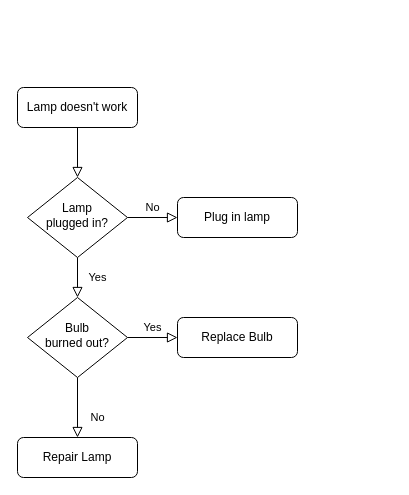
This is pseudo code.drawio from mmdarrah/klassdiagram-Guldkortet, a draw.io file, before an edit. Source tidied: cells renumbered, new cells numbered last; positions are measured from the earlier drawing's top-left corner, leaving out a move shared by most shapes. Both pictures are drawn from the tidied source at 100%, with x=0, y=0 at pixel (17, 87).
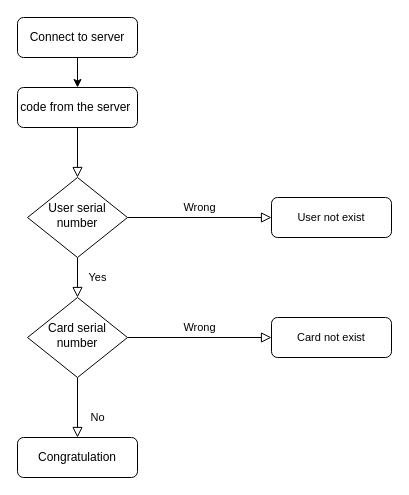
After the change.

The edit, as a diff of the source:
```diff
@@
 <mxGraphModel>
   <root>
     <mxCell id="0" />
     <mxCell id="1" parent="0" />
     <mxCell id="2" style="rounded=0;html=1;jettySize=auto;fontSize=11;endArrow=block;endFill=0;endSize=8;strokeWidth=1;shadow=0;labelBackgroundColor=none;edgeStyle=orthogonalEdgeStyle;" parent="1" edge="1" source="3" target="6">
       <mxGeometry relative="1" as="geometry" />
     </mxCell>
-    <mxCell id="3" value="Lamp doesn't work" style="rounded=1;whiteSpace=wrap;html=1;fontSize=12;glass=0;strokeWidth=1;shadow=0;" parent="1" vertex="1">
+    <mxCell id="3" value="code from the server&amp;nbsp;" style="rounded=1;whiteSpace=wrap;html=1;fontSize=12;glass=0;strokeWidth=1;shadow=0;" parent="1" vertex="1">
       <mxGeometry width="120" height="40" as="geometry" />
     </mxCell>
     <mxCell id="4" value="Yes" style="rounded=0;html=1;jettySize=auto;fontSize=11;endArrow=block;endFill=0;endSize=8;strokeWidth=1;shadow=0;labelBackgroundColor=none;edgeStyle=orthogonalEdgeStyle;" parent="1" edge="1" source="6" target="10">
       <mxGeometry y="20" relative="1" as="geometry" />
     </mxCell>
-    <mxCell id="5" value="No" style="edgeStyle=orthogonalEdgeStyle;rounded=0;html=1;jettySize=auto;fontSize=11;endArrow=block;endFill=0;endSize=8;strokeWidth=1;shadow=0;labelBackgroundColor=none;" parent="1" edge="1" source="6" target="7">
+    <mxCell id="5" value="Wrong" style="edgeStyle=orthogonalEdgeStyle;rounded=0;html=1;jettySize=auto;fontSize=11;endArrow=block;endFill=0;endSize=8;strokeWidth=1;shadow=0;labelBackgroundColor=none;" parent="1" edge="1" source="6" target="7">
       <mxGeometry y="10" relative="1" as="geometry" />
     </mxCell>
-    <mxCell id="6" value="Lamp&lt;br&gt;plugged in?" style="rhombus;whiteSpace=wrap;html=1;shadow=0;fontFamily=Helvetica;fontSize=12;align=center;strokeWidth=1;spacing=6;spacingTop=-4;" parent="1" vertex="1">
+    <mxCell id="6" value="&lt;span style=&quot;text-align: left&quot;&gt;User serial number&lt;/span&gt;" style="rhombus;whiteSpace=wrap;html=1;shadow=0;fontFamily=Helvetica;fontSize=12;align=center;strokeWidth=1;spacing=6;spacingTop=-4;" parent="1" vertex="1">
       <mxGeometry x="10" y="90" width="100" height="80" as="geometry" />
     </mxCell>
-    <mxCell id="7" value="Plug in lamp" style="rounded=1;whiteSpace=wrap;html=1;fontSize=12;glass=0;strokeWidth=1;shadow=0;" parent="1" vertex="1">
-      <mxGeometry x="160" y="110" width="120" height="40" as="geometry" />
+    <mxCell id="7" value="&lt;span style=&quot;font-size: 11px&quot;&gt;User not exist&lt;/span&gt;" style="rounded=1;whiteSpace=wrap;html=1;fontSize=12;glass=0;strokeWidth=1;shadow=0;" parent="1" vertex="1">
+      <mxGeometry x="254" y="110" width="120" height="40" as="geometry" />
     </mxCell>
     <mxCell id="8" value="No" style="rounded=0;html=1;jettySize=auto;fontSize=11;endArrow=block;endFill=0;endSize=8;strokeWidth=1;shadow=0;labelBackgroundColor=none;edgeStyle=orthogonalEdgeStyle;" parent="1" edge="1" source="10" target="11">
       <mxGeometry x="0.33" y="20" relative="1" as="geometry" />
     </mxCell>
-    <mxCell id="9" value="Yes" style="edgeStyle=orthogonalEdgeStyle;rounded=0;html=1;jettySize=auto;fontSize=11;endArrow=block;endFill=0;endSize=8;strokeWidth=1;shadow=0;labelBackgroundColor=none;" parent="1" edge="1" source="10" target="12">
+    <mxCell id="9" value="Wrong" style="edgeStyle=orthogonalEdgeStyle;rounded=0;html=1;jettySize=auto;fontSize=11;endArrow=block;endFill=0;endSize=8;strokeWidth=1;shadow=0;labelBackgroundColor=none;" parent="1" edge="1" source="10" target="12">
       <mxGeometry y="10" relative="1" as="geometry" />
     </mxCell>
-    <mxCell id="10" value="Bulb&lt;br&gt;burned out?" style="rhombus;whiteSpace=wrap;html=1;shadow=0;fontFamily=Helvetica;fontSize=12;align=center;strokeWidth=1;spacing=6;spacingTop=-4;" parent="1" vertex="1">
+    <mxCell id="10" value="&lt;span style=&quot;text-align: left&quot;&gt;Card serial number&lt;/span&gt;" style="rhombus;whiteSpace=wrap;html=1;shadow=0;fontFamily=Helvetica;fontSize=12;align=center;strokeWidth=1;spacing=6;spacingTop=-4;" parent="1" vertex="1">
       <mxGeometry x="10" y="210" width="100" height="80" as="geometry" />
     </mxCell>
-    <mxCell id="11" value="Repair Lamp" style="rounded=1;whiteSpace=wrap;html=1;fontSize=12;glass=0;strokeWidth=1;shadow=0;" parent="1" vertex="1">
+    <mxCell id="11" value="Congratulation" style="rounded=1;whiteSpace=wrap;html=1;fontSize=12;glass=0;strokeWidth=1;shadow=0;" parent="1" vertex="1">
       <mxGeometry y="350" width="120" height="40" as="geometry" />
     </mxCell>
-    <mxCell id="12" value="Replace Bulb" style="rounded=1;whiteSpace=wrap;html=1;fontSize=12;glass=0;strokeWidth=1;shadow=0;" parent="1" vertex="1">
-      <mxGeometry x="160" y="230" width="120" height="40" as="geometry" />
+    <mxCell id="12" value="&lt;span style=&quot;font-size: 11px&quot;&gt;Card not exist&lt;/span&gt;" style="rounded=1;whiteSpace=wrap;html=1;fontSize=12;glass=0;strokeWidth=1;shadow=0;" parent="1" vertex="1">
+      <mxGeometry x="254" y="230" width="120" height="40" as="geometry" />
     </mxCell>
+    <mxCell id="13" style="edgeStyle=orthogonalEdgeStyle;rounded=0;jettySize=auto;html=1;" parent="1" edge="1" source="14" target="3">
+      <mxGeometry relative="1" as="geometry" />
+    </mxCell>
+    <mxCell id="14" value="Connect to server" style="rounded=1;whiteSpace=wrap;html=1;fontSize=12;glass=0;strokeWidth=1;shadow=0;" parent="1" vertex="1">
+      <mxGeometry y="-70" width="120" height="40" as="geometry" />
+    </mxCell>
   </root>
 </mxGraphModel>
```
